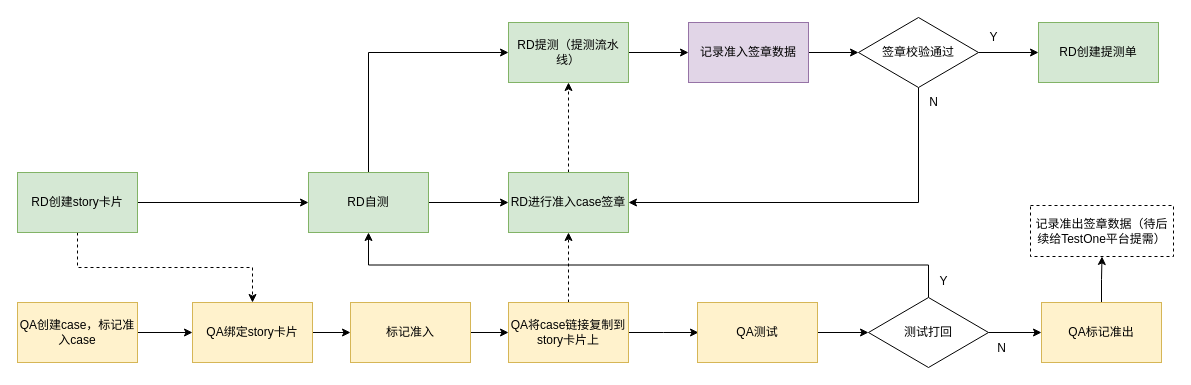
ctyhm/ctTest keeps this draw.io diagram as src/main/未命名绘图.drawio. Above is the earlier version. Source tidied: cells renumbered, new cells numbered last; positions are measured from the earlier drawing's top-left corner, leaving out a move shared by most shapes. Both pictures are drawn from the tidied source at 100%, with x=0, y=0 at pixel (17, 17).
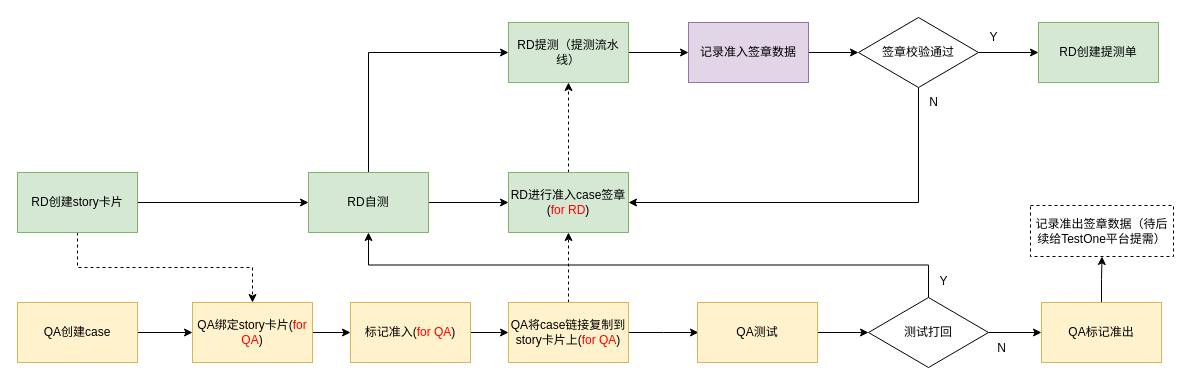
The same diagram, later.

Commit message:
更新未命名绘图.drawio

What changed in the source:
```diff
@@
-    <mxCell id="6" value="QA创建case，标记准入case" style="rounded=0;whiteSpace=wrap;html=1;fillColor=#fff2cc;strokeColor=#d6b656;" parent="1" vertex="1">
+    <mxCell id="6" value="QA创建case" style="rounded=0;whiteSpace=wrap;html=1;fillColor=#fff2cc;strokeColor=#d6b656;" parent="1" vertex="1">
       <mxGeometry y="285" width="120" height="60" as="geometry" />
     </mxCell>
@@
-    <mxCell id="8" value="QA绑定story卡片" style="rounded=0;whiteSpace=wrap;html=1;fillColor=#fff2cc;strokeColor=#d6b656;" parent="1" vertex="1">
+    <mxCell id="8" value="QA绑定story卡片(&lt;font color=&quot;#ff0000&quot;&gt;for QA&lt;/font&gt;)" style="rounded=0;whiteSpace=wrap;html=1;fillColor=#fff2cc;strokeColor=#d6b656;" parent="1" vertex="1">
       <mxGeometry x="175" y="285" width="120" height="60" as="geometry" />
     </mxCell>
@@
-    <mxCell id="14" value="QA将case链接复制到story卡片上" style="rounded=0;whiteSpace=wrap;html=1;fillColor=#fff2cc;strokeColor=#d6b656;" parent="1" vertex="1">
+    <mxCell id="14" value="QA将case链接复制到story卡片上(&lt;font color=&quot;#ff0000&quot;&gt;for QA&lt;/font&gt;)" style="rounded=0;whiteSpace=wrap;html=1;fillColor=#fff2cc;strokeColor=#d6b656;" parent="1" vertex="1">
       <mxGeometry x="491" y="285" width="120" height="60" as="geometry" />
     </mxCell>
@@
-    <mxCell id="16" value="RD进行准入case签章" style="rounded=0;whiteSpace=wrap;html=1;fillColor=#d5e8d4;strokeColor=#82b366;" parent="1" vertex="1">
+    <mxCell id="16" value="RD进行准入case签章(&lt;font color=&quot;#ff0000&quot;&gt;for RD&lt;/font&gt;)" style="rounded=0;whiteSpace=wrap;html=1;fillColor=#d5e8d4;strokeColor=#82b366;" parent="1" vertex="1">
       <mxGeometry x="491" y="155" width="120" height="60" as="geometry" />
     </mxCell>
@@
-    <mxCell id="38" value="标记准入" style="rounded=0;whiteSpace=wrap;html=1;fillColor=#fff2cc;strokeColor=#d6b656;" parent="1" vertex="1">
+    <mxCell id="38" value="标记准入(&lt;font color=&quot;#ff0000&quot;&gt;for QA&lt;/font&gt;)" style="rounded=0;whiteSpace=wrap;html=1;fillColor=#fff2cc;strokeColor=#d6b656;" parent="1" vertex="1">
       <mxGeometry x="333" y="285" width="120" height="60" as="geometry" />
     </mxCell>
```
